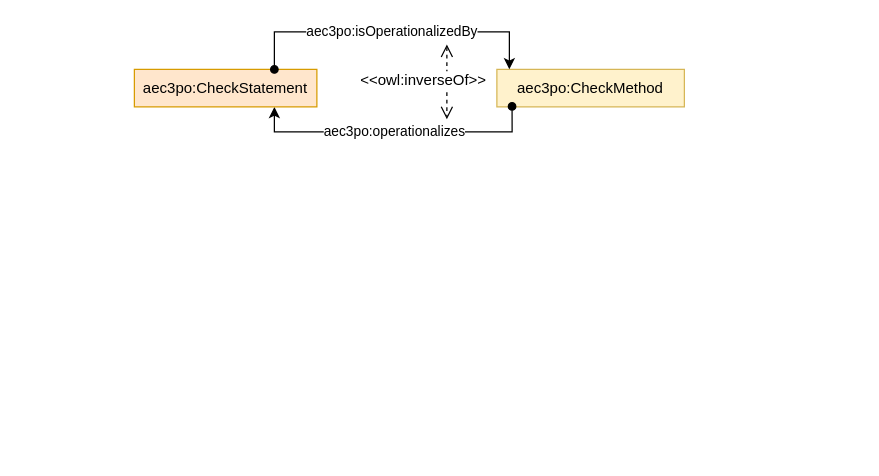
Accord-Project/aec3po keeps this draw.io diagram as page "check_method" (8 of 19) of src/aec3po.drawio. Above is the earlier version. Source tidied: cells renumbered, new cells numbered last; positions are measured from the earlier drawing's top-left corner, leaving out a move shared by most shapes. Both pictures are drawn from the tidied source at 125%, with x=0, y=0 at pixel (134, 31).
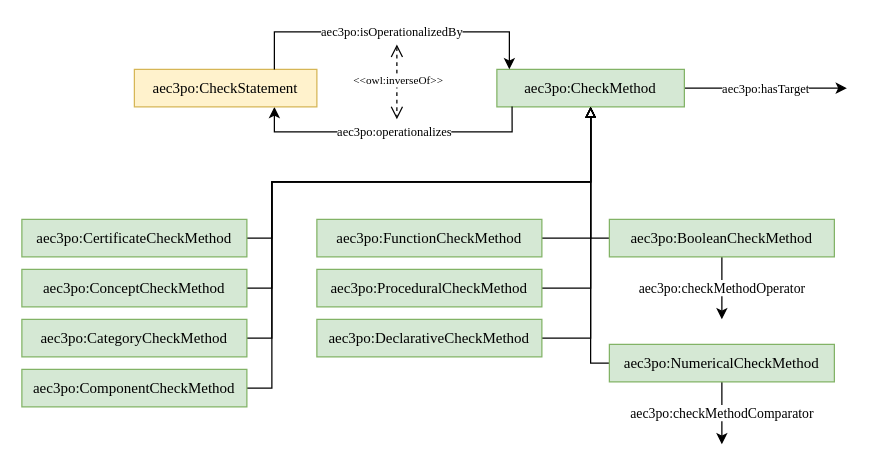
The same page after the edit.

Diff of the diagram source:
```diff
@@
+    <mxCell id="8" value="aec3po:hasTarget" style="edgeStyle=orthogonalEdgeStyle;rounded=0;jettySize=auto;html=1;exitX=1;exitY=0.5;exitDx=0;exitDy=0;fontFamily=Times New Roman;fontSize=10;" parent="1" edge="1" source="2">
+      <mxGeometry relative="1" as="geometry">
+        <mxPoint x="570" y="45" as="targetPoint" />
+      </mxGeometry>
+    </mxCell>
-    <mxCell id="2" value="aec3po:CheckMethod" style="rounded=0;whiteSpace=wrap;html=1;snapToPoint=1;points=[[0.1,0],[0.2,0],[0.3,0],[0.4,0],[0.5,0],[0.6,0],[0.7,0],[0.8,0],[0.9,0],[0,0.1],[0,0.3],[0,0.5],[0,0.7],[0,0.9],[0.1,1],[0.2,1],[0.3,1],[0.4,1],[0.5,1],[0.6,1],[0.7,1],[0.8,1],[0.9,1],[1,0.1],[1,0.3],[1,0.5],[1,0.7],[1,0.9]];fillColor=#fff2cc;strokeColor=#d6b656;" parent="1" vertex="1">
+    <mxCell id="2" value="aec3po:CheckMethod" style="rounded=0;whiteSpace=wrap;html=1;snapToPoint=1;points=[[0.1,0],[0.2,0],[0.3,0],[0.4,0],[0.5,0],[0.6,0],[0.7,0],[0.8,0],[0.9,0],[0,0.1],[0,0.3],[0,0.5],[0,0.7],[0,0.9],[0.1,1],[0.2,1],[0.3,1],[0.4,1],[0.5,1],[0.6,1],[0.7,1],[0.8,1],[0.9,1],[1,0.1],[1,0.3],[1,0.5],[1,0.7],[1,0.9]];fillColor=#d5e8d4;strokeColor=#82b366;fontFamily=Times New Roman;" parent="1" vertex="1">
       <mxGeometry x="290" y="30" width="150" height="30" as="geometry" />
     </mxCell>
-    <mxCell id="3" value="aec3po:operationalizes" style="edgeStyle=orthogonalEdgeStyle;rounded=0;jettySize=auto;html=1;startArrow=oval;startFill=1;endArrow=classic;endFill=1;exitX=0.081;exitY=0.987;exitDx=0;exitDy=0;entryX=0.8;entryY=1;entryDx=0;entryDy=0;exitPerimeter=0;" parent="1" edge="1" source="2">
+    <mxCell id="3" value="aec3po:operationalizes" style="edgeStyle=orthogonalEdgeStyle;rounded=0;jettySize=auto;html=1;startArrow=none;startFill=0;endArrow=classic;endFill=1;exitX=0.081;exitY=0.987;exitDx=0;exitDy=0;entryX=0.8;entryY=1;entryDx=0;entryDy=0;exitPerimeter=0;fontFamily=Times New Roman;fontSize=10;" parent="1" edge="1" source="2">
       <mxGeometry relative="1" as="geometry">
         <mxPoint x="112" y="60" as="targetPoint" />
         <Array as="points">
           <mxPoint x="302" y="80" />
           <mxPoint x="112" y="80" />
         </Array>
       </mxGeometry>
     </mxCell>
-    <mxCell id="4" style="endArrow=open;html=1;fontColor=#000099;endFill=0;dashed=1;endSize=8;startArrow=open;startFill=0;startSize=8;arcSize=0;rounded=0;" parent="1" edge="1">
+    <mxCell id="4" style="endArrow=open;html=1;fontColor=#000099;endFill=0;dashed=1;endSize=8;startArrow=open;startFill=0;startSize=8;arcSize=0;rounded=0;fontFamily=Times New Roman;" parent="1" edge="1">
       <mxGeometry relative="1" as="geometry">
-        <mxPoint x="250" y="10" as="sourcePoint" />
-        <mxPoint x="250" y="70" as="targetPoint" />
+        <mxPoint x="210" y="10" as="sourcePoint" />
+        <mxPoint x="210" y="70" as="targetPoint" />
       </mxGeometry>
     </mxCell>
-    <mxCell id="5" value="&amp;lt;&amp;lt;owl:inverseOf&amp;gt;&amp;gt;" style="text;html=1;align=center;verticalAlign=middle;fontColor=#000000;labelBackgroundColor=#ffffff;" parent="4" vertex="1">
+    <mxCell id="5" value="&amp;lt;&amp;lt;owl:inverseOf&amp;gt;&amp;gt;" style="text;html=1;align=center;verticalAlign=middle;fontColor=#000000;labelBackgroundColor=#ffffff;fontFamily=Times New Roman;fontSize=9;rounded=0;" parent="4" vertex="1">
       <mxGeometry x="-0.33" relative="1" as="geometry">
-        <mxPoint x="-20" y="8" as="offset" />
+        <mxPoint y="8" as="offset" />
       </mxGeometry>
     </mxCell>
-    <mxCell id="6" value="aec3po:CheckStatement" style="rounded=0;whiteSpace=wrap;html=1;fillColor=#ffe6cc;strokeColor=#d79b00;" parent="1" vertex="1">
+    <mxCell id="6" value="aec3po:CheckStatement" style="rounded=0;whiteSpace=wrap;html=1;fillColor=#fff2cc;strokeColor=#d6b656;fontFamily=Times New Roman;" parent="1" vertex="1">
       <mxGeometry y="30" width="146" height="30" as="geometry" />
     </mxCell>
-    <mxCell id="7" value="aec3po:isOperationalizedBy" style="edgeStyle=orthogonalEdgeStyle;rounded=0;orthogonalLoop=1;jettySize=auto;html=1;exitX=0.8;exitY=0;exitDx=0;exitDy=0;startArrow=oval;startFill=1;endArrow=classic;endFill=1;" parent="1" edge="1">
+    <mxCell id="7" value="aec3po:isOperationalizedBy" style="edgeStyle=orthogonalEdgeStyle;rounded=0;orthogonalLoop=1;jettySize=auto;html=1;exitX=0.8;exitY=0;exitDx=0;exitDy=0;startArrow=none;startFill=0;endArrow=classic;endFill=1;fontFamily=Times New Roman;fontSize=10;" parent="1" edge="1">
       <mxGeometry relative="1" as="geometry">
         <mxPoint x="112" y="30" as="sourcePoint" />
         <mxPoint x="300" y="30" as="targetPoint" />
         <Array as="points">
           <mxPoint x="112" />
           <mxPoint x="300" />
         </Array>
       </mxGeometry>
     </mxCell>
+    <mxCell id="9" style="edgeStyle=orthogonalEdgeStyle;shape=connector;rounded=0;jettySize=auto;html=1;exitX=1;exitY=0.5;exitDx=0;exitDy=0;labelBackgroundColor=default;strokeColor=default;align=center;verticalAlign=middle;fontFamily=Times New Roman;fontSize=11;fontColor=default;endArrow=block;endFill=0;" parent="1" edge="1" source="10" target="2">
+      <mxGeometry relative="1" as="geometry" />
+    </mxCell>
+    <mxCell id="10" value="aec3po:ProceduralCheckMethod" style="rounded=0;whiteSpace=wrap;html=1;snapToPoint=1;points=[[0.1,0],[0.2,0],[0.3,0],[0.4,0],[0.5,0],[0.6,0],[0.7,0],[0.8,0],[0.9,0],[0,0.1],[0,0.3],[0,0.5],[0,0.7],[0,0.9],[0.1,1],[0.2,1],[0.3,1],[0.4,1],[0.5,1],[0.6,1],[0.7,1],[0.8,1],[0.9,1],[1,0.1],[1,0.3],[1,0.5],[1,0.7],[1,0.9]];fillColor=#d5e8d4;strokeColor=#82b366;fontFamily=Times New Roman;" parent="1" vertex="1">
+      <mxGeometry x="146" y="190" width="180" height="30" as="geometry" />
+    </mxCell>
+    <mxCell id="11" style="edgeStyle=orthogonalEdgeStyle;shape=connector;rounded=0;jettySize=auto;html=1;exitX=1;exitY=0.5;exitDx=0;exitDy=0;labelBackgroundColor=default;strokeColor=default;align=center;verticalAlign=middle;fontFamily=Times New Roman;fontSize=11;fontColor=default;endArrow=block;endFill=0;" parent="1" edge="1" source="12" target="2">
+      <mxGeometry relative="1" as="geometry" />
+    </mxCell>
+    <mxCell id="12" value="aec3po:DeclarativeCheckMethod" style="rounded=0;whiteSpace=wrap;html=1;snapToPoint=1;points=[[0.1,0],[0.2,0],[0.3,0],[0.4,0],[0.5,0],[0.6,0],[0.7,0],[0.8,0],[0.9,0],[0,0.1],[0,0.3],[0,0.5],[0,0.7],[0,0.9],[0.1,1],[0.2,1],[0.3,1],[0.4,1],[0.5,1],[0.6,1],[0.7,1],[0.8,1],[0.9,1],[1,0.1],[1,0.3],[1,0.5],[1,0.7],[1,0.9]];fillColor=#d5e8d4;strokeColor=#82b366;fontFamily=Times New Roman;" parent="1" vertex="1">
+      <mxGeometry x="146" y="230" width="180" height="30" as="geometry" />
+    </mxCell>
+    <mxCell id="13" style="edgeStyle=orthogonalEdgeStyle;shape=connector;rounded=0;jettySize=auto;html=1;exitX=1;exitY=0.5;exitDx=0;exitDy=0;entryX=0.5;entryY=1;entryDx=0;entryDy=0;labelBackgroundColor=default;strokeColor=default;align=center;verticalAlign=middle;fontFamily=Times New Roman;fontSize=11;fontColor=default;endArrow=block;endFill=0;" parent="1" edge="1" source="14" target="2">
+      <mxGeometry relative="1" as="geometry">
+        <Array as="points">
+          <mxPoint x="110" y="205" />
+          <mxPoint x="110" y="120" />
+          <mxPoint x="365" y="120" />
+        </Array>
+      </mxGeometry>
+    </mxCell>
+    <mxCell id="14" value="aec3po:ConceptCheckMethod" style="rounded=0;whiteSpace=wrap;html=1;snapToPoint=1;points=[[0.1,0],[0.2,0],[0.3,0],[0.4,0],[0.5,0],[0.6,0],[0.7,0],[0.8,0],[0.9,0],[0,0.1],[0,0.3],[0,0.5],[0,0.7],[0,0.9],[0.1,1],[0.2,1],[0.3,1],[0.4,1],[0.5,1],[0.6,1],[0.7,1],[0.8,1],[0.9,1],[1,0.1],[1,0.3],[1,0.5],[1,0.7],[1,0.9]];fillColor=#d5e8d4;strokeColor=#82b366;fontFamily=Times New Roman;" parent="1" vertex="1">
+      <mxGeometry x="-90" y="190" width="180" height="30" as="geometry" />
+    </mxCell>
+    <mxCell id="15" style="edgeStyle=orthogonalEdgeStyle;shape=connector;rounded=0;jettySize=auto;html=1;exitX=0;exitY=0.5;exitDx=0;exitDy=0;entryX=0.5;entryY=1;entryDx=0;entryDy=0;labelBackgroundColor=default;strokeColor=default;align=center;verticalAlign=middle;fontFamily=Times New Roman;fontSize=11;fontColor=default;endArrow=block;endFill=0;" parent="1" edge="1" source="17" target="2">
+      <mxGeometry relative="1" as="geometry">
+        <Array as="points">
+          <mxPoint x="365" y="265" />
+        </Array>
+      </mxGeometry>
+    </mxCell>
+    <mxCell id="16" value="aec3po:checkMethodComparator" style="edgeStyle=orthogonalEdgeStyle;shape=connector;rounded=0;jettySize=auto;html=1;exitX=0.5;exitY=1;exitDx=0;exitDy=0;labelBackgroundColor=default;strokeColor=default;align=center;verticalAlign=middle;fontFamily=Times New Roman;fontSize=11;fontColor=default;endArrow=classic;endFill=1;" parent="1" edge="1" source="17">
+      <mxGeometry relative="1" as="geometry">
+        <mxPoint x="470" y="330" as="targetPoint" />
+      </mxGeometry>
+    </mxCell>
+    <mxCell id="17" value="aec3po:NumericalCheckMethod" style="rounded=0;whiteSpace=wrap;html=1;snapToPoint=1;points=[[0.1,0],[0.2,0],[0.3,0],[0.4,0],[0.5,0],[0.6,0],[0.7,0],[0.8,0],[0.9,0],[0,0.1],[0,0.3],[0,0.5],[0,0.7],[0,0.9],[0.1,1],[0.2,1],[0.3,1],[0.4,1],[0.5,1],[0.6,1],[0.7,1],[0.8,1],[0.9,1],[1,0.1],[1,0.3],[1,0.5],[1,0.7],[1,0.9]];fillColor=#d5e8d4;strokeColor=#82b366;fontFamily=Times New Roman;" parent="1" vertex="1">
+      <mxGeometry x="380" y="250" width="180" height="30" as="geometry" />
+    </mxCell>
+    <mxCell id="18" style="edgeStyle=orthogonalEdgeStyle;jettySize=auto;html=1;exitX=1;exitY=0.5;exitDx=0;exitDy=0;rounded=0;endArrow=block;endFill=0;fontFamily=Times New Roman;" parent="1" edge="1" source="19" target="2">
+      <mxGeometry relative="1" as="geometry">
+        <Array as="points">
+          <mxPoint x="110" y="165" />
+          <mxPoint x="110" y="120" />
+          <mxPoint x="365" y="120" />
+        </Array>
+      </mxGeometry>
+    </mxCell>
+    <mxCell id="19" value="aec3po:CertificateCheckMethod" style="rounded=0;whiteSpace=wrap;html=1;snapToPoint=1;points=[[0.1,0],[0.2,0],[0.3,0],[0.4,0],[0.5,0],[0.6,0],[0.7,0],[0.8,0],[0.9,0],[0,0.1],[0,0.3],[0,0.5],[0,0.7],[0,0.9],[0.1,1],[0.2,1],[0.3,1],[0.4,1],[0.5,1],[0.6,1],[0.7,1],[0.8,1],[0.9,1],[1,0.1],[1,0.3],[1,0.5],[1,0.7],[1,0.9]];fillColor=#d5e8d4;strokeColor=#82b366;fontFamily=Times New Roman;" parent="1" vertex="1">
+      <mxGeometry x="-90" y="150" width="180" height="30" as="geometry" />
+    </mxCell>
+    <mxCell id="20" style="edgeStyle=orthogonalEdgeStyle;shape=connector;rounded=0;jettySize=auto;html=1;exitX=1;exitY=0.5;exitDx=0;exitDy=0;labelBackgroundColor=default;strokeColor=default;align=center;verticalAlign=middle;fontFamily=Times New Roman;fontSize=11;fontColor=default;endArrow=block;endFill=0;" parent="1" edge="1" source="21" target="2">
+      <mxGeometry relative="1" as="geometry">
+        <Array as="points">
+          <mxPoint x="110" y="245" />
+          <mxPoint x="110" y="120" />
+          <mxPoint x="365" y="120" />
+        </Array>
+      </mxGeometry>
+    </mxCell>
+    <mxCell id="21" value="aec3po:CategoryCheckMethod" style="rounded=0;whiteSpace=wrap;html=1;snapToPoint=1;points=[[0.1,0],[0.2,0],[0.3,0],[0.4,0],[0.5,0],[0.6,0],[0.7,0],[0.8,0],[0.9,0],[0,0.1],[0,0.3],[0,0.5],[0,0.7],[0,0.9],[0.1,1],[0.2,1],[0.3,1],[0.4,1],[0.5,1],[0.6,1],[0.7,1],[0.8,1],[0.9,1],[1,0.1],[1,0.3],[1,0.5],[1,0.7],[1,0.9]];fillColor=#d5e8d4;strokeColor=#82b366;fontFamily=Times New Roman;" parent="1" vertex="1">
+      <mxGeometry x="-90" y="230" width="180" height="30" as="geometry" />
+    </mxCell>
+    <mxCell id="22" style="edgeStyle=orthogonalEdgeStyle;shape=connector;rounded=0;jettySize=auto;html=1;exitX=1;exitY=0.5;exitDx=0;exitDy=0;labelBackgroundColor=default;strokeColor=default;align=center;verticalAlign=middle;fontFamily=Times New Roman;fontSize=11;fontColor=default;endArrow=block;endFill=0;" parent="1" edge="1" source="23" target="2">
+      <mxGeometry relative="1" as="geometry">
+        <Array as="points">
+          <mxPoint x="110" y="285" />
+          <mxPoint x="110" y="120" />
+          <mxPoint x="365" y="120" />
+        </Array>
+      </mxGeometry>
+    </mxCell>
+    <mxCell id="23" value="aec3po:ComponentCheckMethod" style="rounded=0;whiteSpace=wrap;html=1;snapToPoint=1;points=[[0.1,0],[0.2,0],[0.3,0],[0.4,0],[0.5,0],[0.6,0],[0.7,0],[0.8,0],[0.9,0],[0,0.1],[0,0.3],[0,0.5],[0,0.7],[0,0.9],[0.1,1],[0.2,1],[0.3,1],[0.4,1],[0.5,1],[0.6,1],[0.7,1],[0.8,1],[0.9,1],[1,0.1],[1,0.3],[1,0.5],[1,0.7],[1,0.9]];fillColor=#d5e8d4;strokeColor=#82b366;fontFamily=Times New Roman;" parent="1" vertex="1">
+      <mxGeometry x="-90" y="270" width="180" height="30" as="geometry" />
+    </mxCell>
+    <mxCell id="24" style="edgeStyle=orthogonalEdgeStyle;shape=connector;rounded=0;jettySize=auto;html=1;exitX=0;exitY=0.5;exitDx=0;exitDy=0;labelBackgroundColor=default;strokeColor=default;align=center;verticalAlign=middle;fontFamily=Times New Roman;fontSize=11;fontColor=default;endArrow=block;endFill=0;" parent="1" edge="1" source="26" target="2">
+      <mxGeometry relative="1" as="geometry">
+        <Array as="points">
+          <mxPoint x="365" y="165" />
+        </Array>
+      </mxGeometry>
+    </mxCell>
+    <mxCell id="25" value="aec3po:checkMethodOperator" style="edgeStyle=orthogonalEdgeStyle;shape=connector;rounded=0;jettySize=auto;html=1;exitX=0.5;exitY=1;exitDx=0;exitDy=0;labelBackgroundColor=default;strokeColor=default;align=center;verticalAlign=middle;fontFamily=Times New Roman;fontSize=11;fontColor=default;endArrow=classic;endFill=1;" parent="1" edge="1" source="26">
+      <mxGeometry relative="1" as="geometry">
+        <mxPoint x="470" y="230" as="targetPoint" />
+      </mxGeometry>
+    </mxCell>
+    <mxCell id="26" value="aec3po:BooleanCheckMethod" style="rounded=0;whiteSpace=wrap;html=1;snapToPoint=1;points=[[0.1,0],[0.2,0],[0.3,0],[0.4,0],[0.5,0],[0.6,0],[0.7,0],[0.8,0],[0.9,0],[0,0.1],[0,0.3],[0,0.5],[0,0.7],[0,0.9],[0.1,1],[0.2,1],[0.3,1],[0.4,1],[0.5,1],[0.6,1],[0.7,1],[0.8,1],[0.9,1],[1,0.1],[1,0.3],[1,0.5],[1,0.7],[1,0.9]];fillColor=#d5e8d4;strokeColor=#82b366;fontFamily=Times New Roman;" parent="1" vertex="1">
+      <mxGeometry x="380" y="150" width="180" height="30" as="geometry" />
+    </mxCell>
+    <mxCell id="27" style="edgeStyle=orthogonalEdgeStyle;shape=connector;rounded=0;jettySize=auto;html=1;exitX=1;exitY=0.5;exitDx=0;exitDy=0;labelBackgroundColor=default;strokeColor=default;align=center;verticalAlign=middle;fontFamily=Times New Roman;fontSize=11;fontColor=default;endArrow=block;endFill=0;" parent="1" edge="1" source="28" target="2">
+      <mxGeometry relative="1" as="geometry" />
+    </mxCell>
+    <mxCell id="28" value="aec3po:FunctionCheckMethod" style="rounded=0;whiteSpace=wrap;html=1;snapToPoint=1;points=[[0.1,0],[0.2,0],[0.3,0],[0.4,0],[0.5,0],[0.6,0],[0.7,0],[0.8,0],[0.9,0],[0,0.1],[0,0.3],[0,0.5],[0,0.7],[0,0.9],[0.1,1],[0.2,1],[0.3,1],[0.4,1],[0.5,1],[0.6,1],[0.7,1],[0.8,1],[0.9,1],[1,0.1],[1,0.3],[1,0.5],[1,0.7],[1,0.9]];fillColor=#d5e8d4;strokeColor=#82b366;fontFamily=Times New Roman;" parent="1" vertex="1">
+      <mxGeometry x="146" y="150" width="180" height="30" as="geometry" />
+    </mxCell>
```
